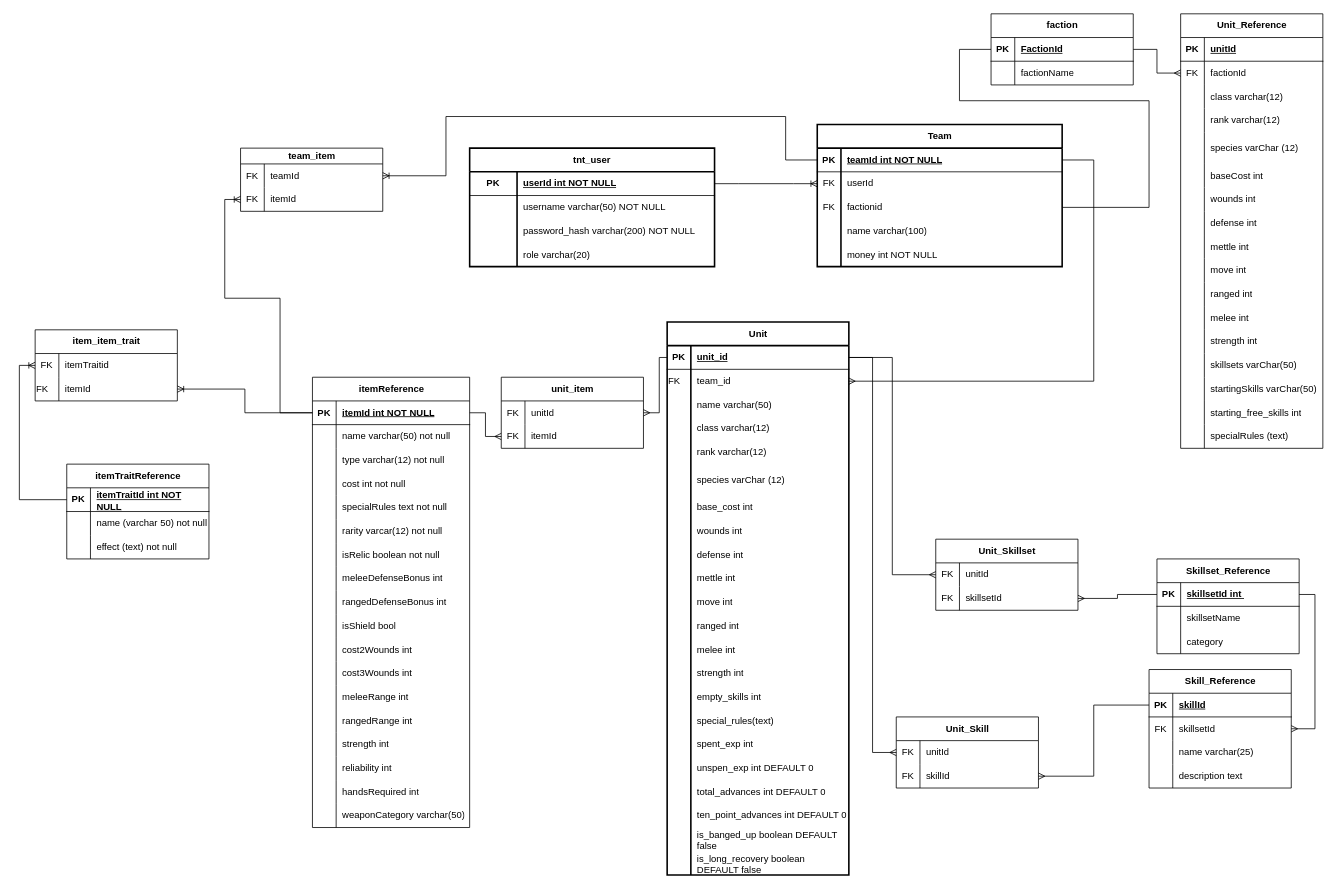
The draw.io diagram Database/databaseERD.drawio in kmeadows3/TnT-Team-Builder, before the edit. Source tidied: cells renumbered, new cells numbered last; positions are measured from the earlier drawing's top-left corner, leaving out a move shared by most shapes. Both pictures are drawn from the tidied source at 79%, with x=0, y=0 at pixel (35, 13).
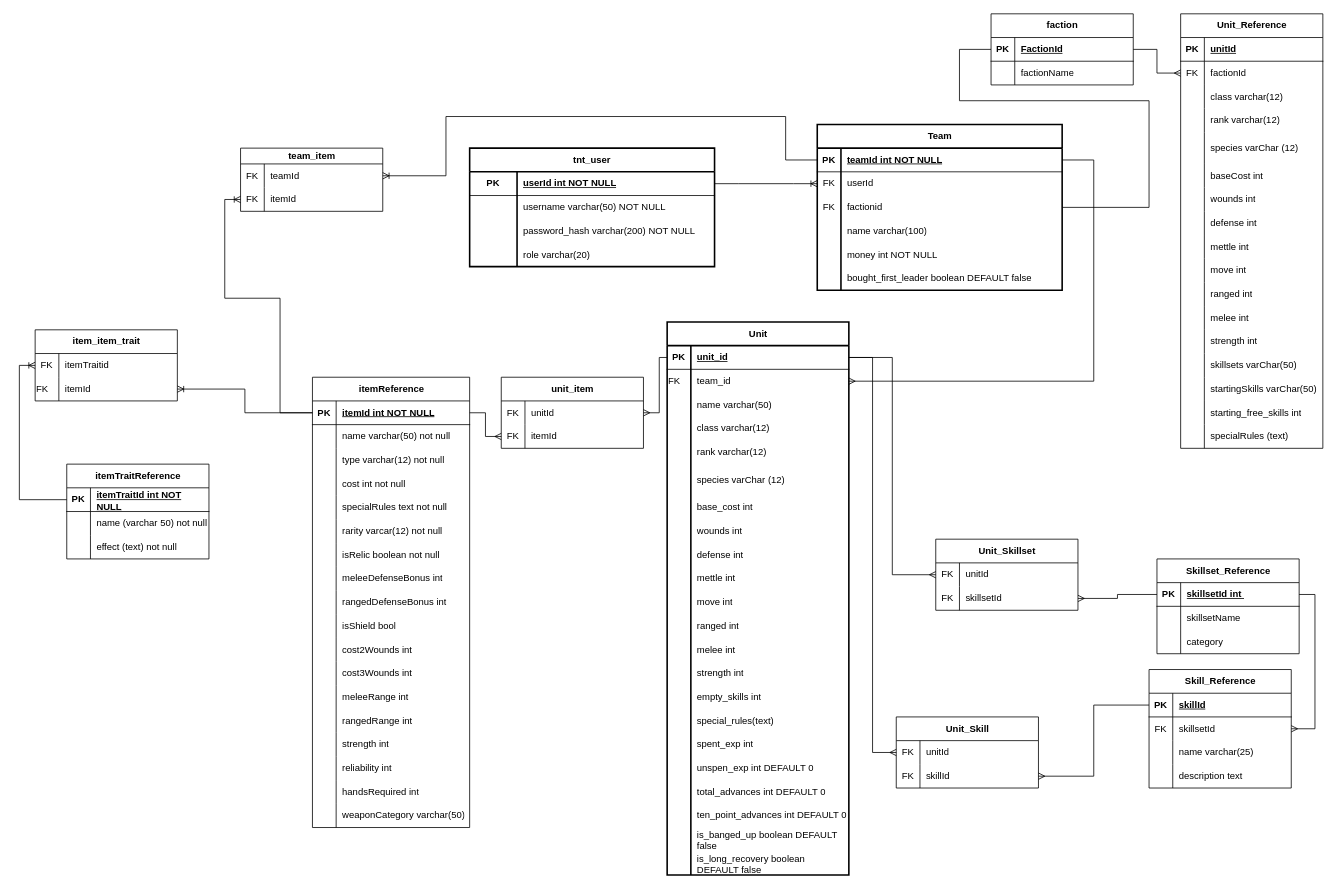
The same page after the edit.

What changed in the source:
```diff
@@
     <mxCell id="15" value="Team" style="shape=table;startSize=30;childLayout=tableLayout;rowLines=0;fontStyle=1;align=center;html=1;strokeWidth=2;" parent="1" vertex="1">
-      <mxGeometry x="990" y="140" width="310" height="180" as="geometry" />
+      <mxGeometry x="990" y="140" width="310" height="210" as="geometry" />
     </mxCell>
@@
+    <mxCell id="295" style="shape=tableRow;horizontal=0;startSize=0;swimlaneHead=0;swimlaneBody=0;fillColor=none;top=0;left=0;right=0;bottom=0;" parent="15" vertex="1">
+      <mxGeometry y="180" width="310" height="30" as="geometry" />
+    </mxCell>
+    <mxCell id="296" style="shape=partialRectangle;fillColor=none;top=0;left=0;bottom=0;right=0;overflow=hidden;whiteSpace=wrap;html=1;" parent="295" vertex="1">
+      <mxGeometry width="30" height="30" as="geometry" />
+    </mxCell>
+    <mxCell id="297" value="bought_first_leader boolean DEFAULT false" style="shape=partialRectangle;fillColor=none;top=0;left=0;bottom=0;right=0;align=left;spacingLeft=6;overflow=hidden;whiteSpace=wrap;html=1;" parent="295" vertex="1">
+      <mxGeometry x="30" width="280" height="30" as="geometry" />
+    </mxCell>
```
